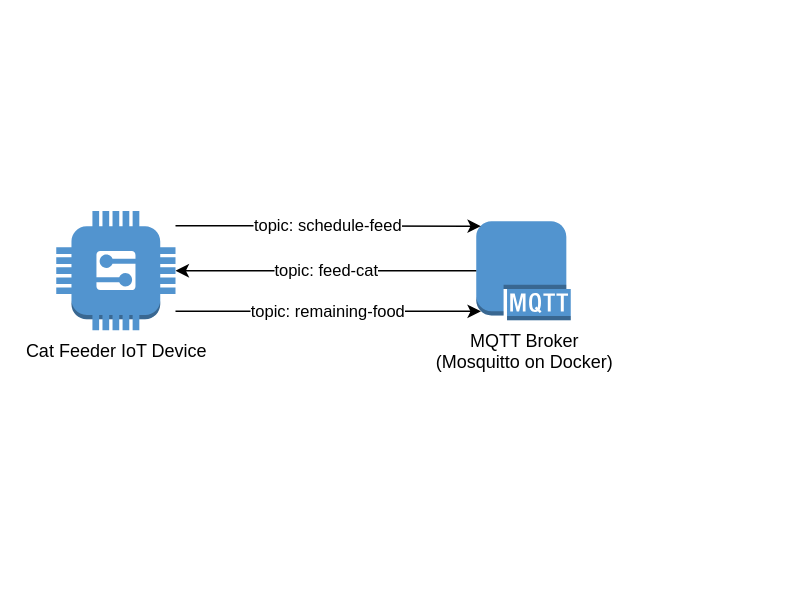
erdigokce/thingsaware keeps this draw.io diagram as ta_pet_feeder/pet_feeder_system_design.drawio. Above is the earlier version. Source tidied: cells renumbered, new cells numbered last; positions are measured from the earlier drawing's top-left corner, leaving out a move shared by most shapes. Both pictures are drawn from the tidied source at 150%, with x=0, y=0 at pixel (56, 210).
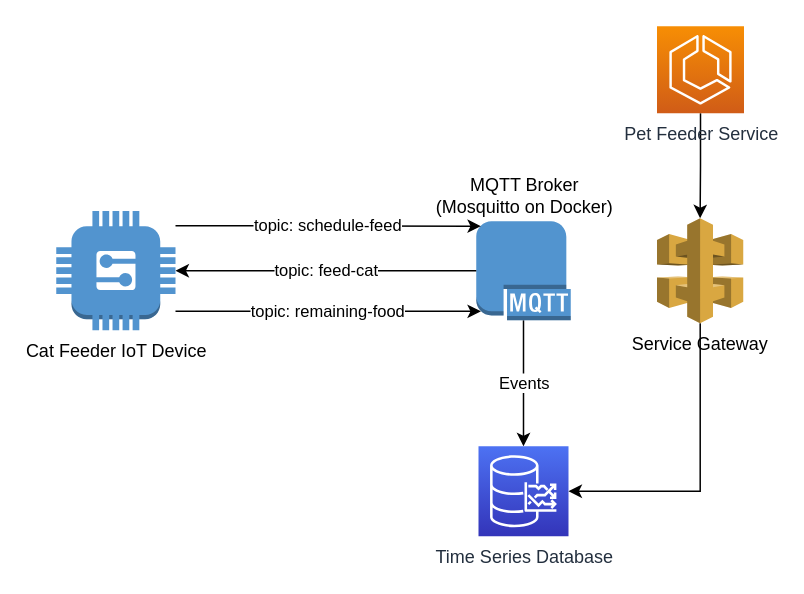
Above is the later version.

What changed in the source:
```diff
@@
 <mxGraphModel>
   <root>
     <mxCell id="0" />
     <mxCell id="1" parent="0" />
+    <mxCell id="7" value="Events" style="edgeStyle=orthogonalEdgeStyle;rounded=0;jettySize=auto;html=1;entryX=0.5;entryY=0;entryDx=0;entryDy=0;entryPerimeter=0;" parent="1" edge="1" source="2" target="8">
+      <mxGeometry relative="1" as="geometry" />
+    </mxCell>
-    <mxCell id="2" value="MQTT Broker&lt;br&gt;(Mosquitto on Docker)" style="outlineConnect=0;dashed=0;verticalLabelPosition=bottom;verticalAlign=top;align=center;html=1;shape=mxgraph.aws3.mqtt_protocol;fillColor=#5294CF;gradientColor=none;" parent="1" vertex="1">
+    <mxCell id="2" value="MQTT Broker&lt;br&gt;(Mosquitto on Docker)" style="outlineConnect=0;dashed=0;verticalLabelPosition=top;verticalAlign=bottom;align=center;html=1;shape=mxgraph.aws3.mqtt_protocol;fillColor=#5294CF;gradientColor=none;labelPosition=center;" parent="1" vertex="1">
       <mxGeometry x="280" y="7" width="63" height="66" as="geometry" />
     </mxCell>
     <mxCell id="3" value="topic: feed-cat" style="edgeStyle=orthogonalEdgeStyle;rounded=0;jettySize=auto;html=1;entryX=0;entryY=0.5;entryDx=0;entryDy=0;entryPerimeter=0;startArrow=classic;startFill=1;endArrow=none;endFill=0;" parent="1" edge="1" source="6" target="2">
       <mxGeometry relative="1" as="geometry" />
     </mxCell>
     <mxCell id="4" value="topic: schedule-feed" style="edgeStyle=orthogonalEdgeStyle;rounded=0;jettySize=auto;html=1;entryX=0.05;entryY=0.05;entryDx=0;entryDy=0;entryPerimeter=0;startArrow=none;startFill=0;" parent="1" edge="1" source="6" target="2">
       <mxGeometry relative="1" as="geometry">
         <Array as="points">
           <mxPoint x="130" y="10" />
           <mxPoint x="130" y="10" />
         </Array>
       </mxGeometry>
     </mxCell>
     <mxCell id="5" value="topic: remaining-food" style="edgeStyle=orthogonalEdgeStyle;rounded=0;jettySize=auto;html=1;entryX=0.05;entryY=0.91;entryDx=0;entryDy=0;entryPerimeter=0;startArrow=none;startFill=0;endArrow=classic;endFill=1;" parent="1" edge="1" source="6" target="2">
       <mxGeometry relative="1" as="geometry">
         <Array as="points">
           <mxPoint x="130" y="67" />
           <mxPoint x="130" y="67" />
         </Array>
       </mxGeometry>
     </mxCell>
     <mxCell id="6" value="Cat Feeder IoT Device" style="outlineConnect=0;dashed=0;verticalLabelPosition=bottom;verticalAlign=top;align=center;html=1;shape=mxgraph.aws3.generic;fillColor=#5294CF;gradientColor=none;" parent="1" vertex="1">
       <mxGeometry y="0.2" width="79.5" height="79.5" as="geometry" />
     </mxCell>
+    <mxCell id="8" value="Time Series Database" style="sketch=0;points=[[0,0,0],[0.25,0,0],[0.5,0,0],[0.75,0,0],[1,0,0],[0,1,0],[0.25,1,0],[0.5,1,0],[0.75,1,0],[1,1,0],[0,0.25,0],[0,0.5,0],[0,0.75,0],[1,0.25,0],[1,0.5,0],[1,0.75,0]];outlineConnect=0;fontColor=#232F3E;gradientColor=#4D72F3;gradientDirection=north;fillColor=#3334B9;strokeColor=#ffffff;dashed=0;verticalLabelPosition=bottom;verticalAlign=top;align=center;html=1;fontSize=12;fontStyle=0;shape=mxgraph.aws4.resourceIcon;resIcon=mxgraph.aws4.timestream;" parent="1" vertex="1">
+      <mxGeometry x="281.5" y="157" width="60" height="60" as="geometry" />
+    </mxCell>
+    <mxCell id="9" style="edgeStyle=orthogonalEdgeStyle;rounded=0;jettySize=auto;html=1;entryX=0.5;entryY=0;entryDx=0;entryDy=0;entryPerimeter=0;startArrow=none;startFill=0;" parent="1" edge="1" source="10" target="12">
+      <mxGeometry relative="1" as="geometry" />
+    </mxCell>
+    <mxCell id="10" value="Pet Feeder Service" style="sketch=0;points=[[0,0,0],[0.25,0,0],[0.5,0,0],[0.75,0,0],[1,0,0],[0,1,0],[0.25,1,0],[0.5,1,0],[0.75,1,0],[1,1,0],[0,0.25,0],[0,0.5,0],[0,0.75,0],[1,0.25,0],[1,0.5,0],[1,0.75,0]];outlineConnect=0;fontColor=#232F3E;gradientColor=#F78E04;gradientDirection=north;fillColor=#D05C17;strokeColor=#ffffff;dashed=0;verticalLabelPosition=bottom;verticalAlign=top;align=center;html=1;fontSize=12;fontStyle=0;shape=mxgraph.aws4.resourceIcon;resIcon=mxgraph.aws4.ecs;" parent="1" vertex="1">
+      <mxGeometry x="400.5" y="-123" width="58" height="58" as="geometry" />
+    </mxCell>
+    <mxCell id="11" style="edgeStyle=orthogonalEdgeStyle;rounded=0;jettySize=auto;html=1;entryX=1;entryY=0.5;entryDx=0;entryDy=0;entryPerimeter=0;startArrow=none;startFill=0;" parent="1" edge="1" source="12" target="8">
+      <mxGeometry relative="1" as="geometry">
+        <Array as="points">
+          <mxPoint x="429" y="187" />
+        </Array>
+      </mxGeometry>
+    </mxCell>
+    <mxCell id="12" value="Service Gateway" style="outlineConnect=0;dashed=0;verticalLabelPosition=bottom;verticalAlign=top;align=center;html=1;shape=mxgraph.aws3.api_gateway;fillColor=#D9A741;gradientColor=none;" parent="1" vertex="1">
+      <mxGeometry x="400.5" y="5" width="57.5" height="70" as="geometry" />
+    </mxCell>
   </root>
 </mxGraphModel>
```
